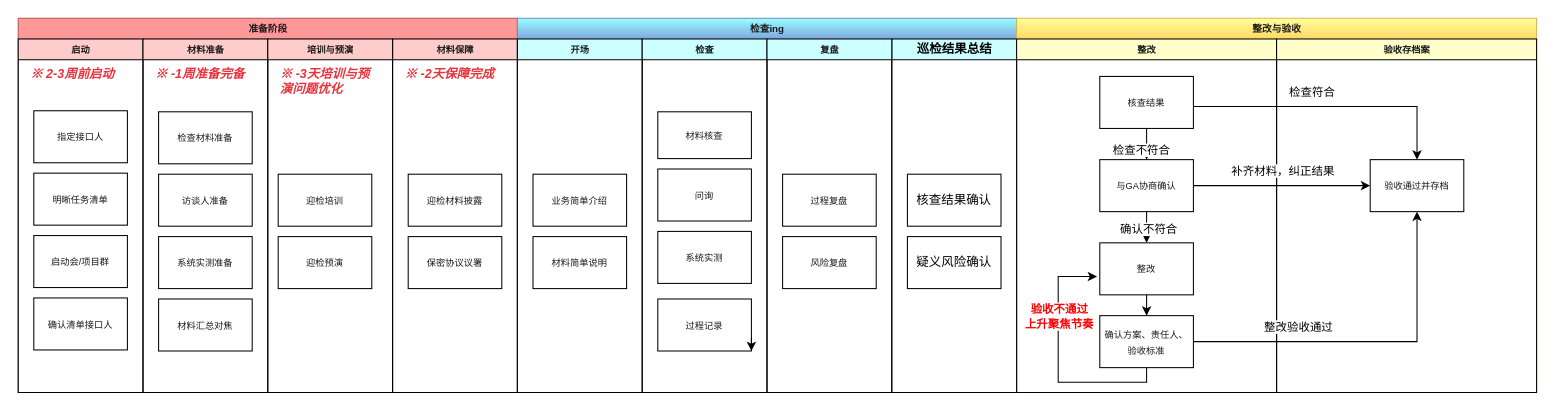
Earlier version of the draw.io diagram 未命名绘图.drawio (Rmachine/python-emulate). Source tidied: cells renumbered, new cells numbered last; positions are measured from the earlier drawing's top-left corner, leaving out a move shared by most shapes. Both pictures are drawn from the tidied source at 104%, with x=0, y=0 at pixel (18, 18).
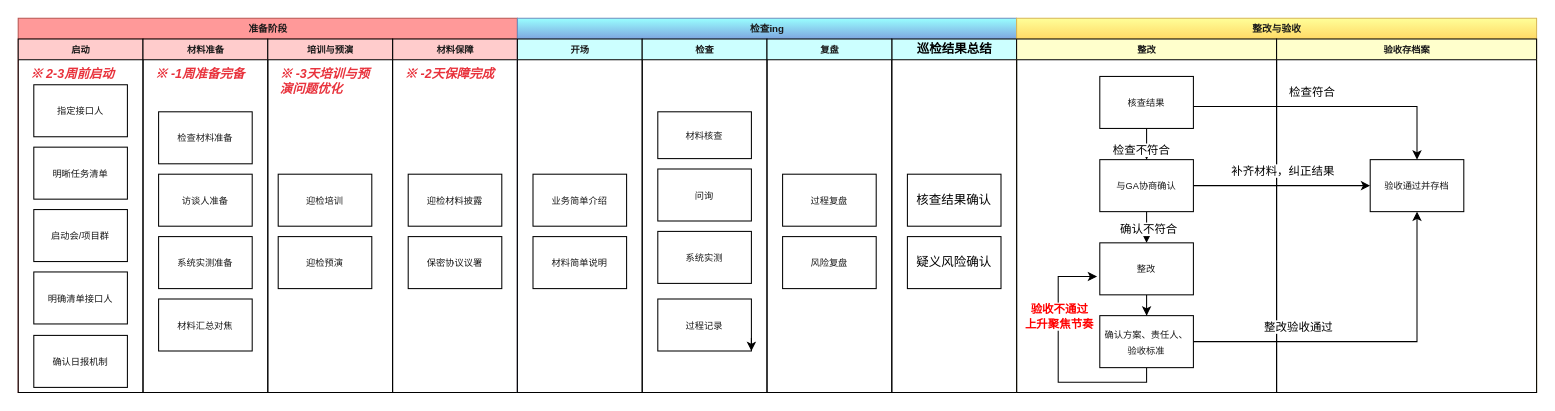
The same page after the edit.

Commit message:
更新未命名绘图.drawio

The change refers to these unchanged cells:
```xml
<mxCell id="3" value="&lt;span style=&quot;font-family: &amp;quot;Microsoft YaHei&amp;quot;; font-size: 6.66667pt; color: rgb(25, 25, 25); background-color: transparent;&quot;&gt;启动&lt;/span&gt;" style="swimlane;html=1;startSize=20;horizontal=1;containerType=tree;glass=0;gradientColor=none;fillColor=#FFCCCC;" parent="2" vertex="1">
  <mxGeometry y="20" width="120" height="340" as="geometry" />
</mxCell>
```

Change to the diagram source:
```diff
@@
-    <mxCell id="4" value="&lt;font face=&quot;Microsoft YaHei&quot; color=&quot;#191919&quot;&gt;&lt;span style=&quot;font-size: 8.88889px;&quot;&gt;确认清单接口人&lt;/span&gt;&lt;/font&gt;" style="rounded=0;whiteSpace=wrap;html=1;" parent="3" vertex="1">
-      <mxGeometry x="15" y="249" width="90" height="50" as="geometry" />
+    <mxCell id="4" value="&lt;font face=&quot;Microsoft YaHei&quot; color=&quot;#191919&quot;&gt;&lt;span style=&quot;font-size: 8.88889px;&quot;&gt;明确清单接口人&lt;/span&gt;&lt;/font&gt;" style="rounded=0;whiteSpace=wrap;html=1;" parent="3" vertex="1">
+      <mxGeometry x="15" y="224" width="90" height="50" as="geometry" />
     </mxCell>
     <mxCell id="5" value="&lt;span style=&quot;font-family:'Microsoft YaHei'; font-size:6.66667pt; color:#191919;&quot;&gt;启动会/项目群&lt;/span&gt;" style="rounded=0;whiteSpace=wrap;html=1;" parent="3" vertex="1">
-      <mxGeometry x="15" y="189" width="90" height="50" as="geometry" />
+      <mxGeometry x="15" y="164" width="90" height="50" as="geometry" />
     </mxCell>
     <mxCell id="6" value="&lt;font face=&quot;Microsoft YaHei&quot; color=&quot;#191919&quot;&gt;&lt;span style=&quot;font-size: 8.88889px;&quot;&gt;指定接口人&lt;/span&gt;&lt;/font&gt;" style="rounded=0;whiteSpace=wrap;html=1;" parent="3" vertex="1">
-      <mxGeometry x="15" y="69" width="90" height="50" as="geometry" />
+      <mxGeometry x="15" y="44" width="90" height="50" as="geometry" />
     </mxCell>
     <mxCell id="7" value="&lt;font face=&quot;Microsoft YaHei&quot; color=&quot;#191919&quot;&gt;&lt;span style=&quot;font-size: 8.88889px;&quot;&gt;明晰任务清单&lt;/span&gt;&lt;/font&gt;" style="rounded=0;whiteSpace=wrap;html=1;" parent="3" vertex="1">
-      <mxGeometry x="15" y="129" width="90" height="50" as="geometry" />
+      <mxGeometry x="15" y="104" width="90" height="50" as="geometry" />
     </mxCell>
@@
+    <mxCell id="60" value="&lt;font face=&quot;Microsoft YaHei&quot; color=&quot;#191919&quot;&gt;&lt;span style=&quot;font-size: 8.88889px;&quot;&gt;确认日报机制&lt;/span&gt;&lt;/font&gt;" style="rounded=0;whiteSpace=wrap;html=1;" parent="3" vertex="1">
+      <mxGeometry x="15" y="285" width="90" height="50" as="geometry" />
+    </mxCell>
```
